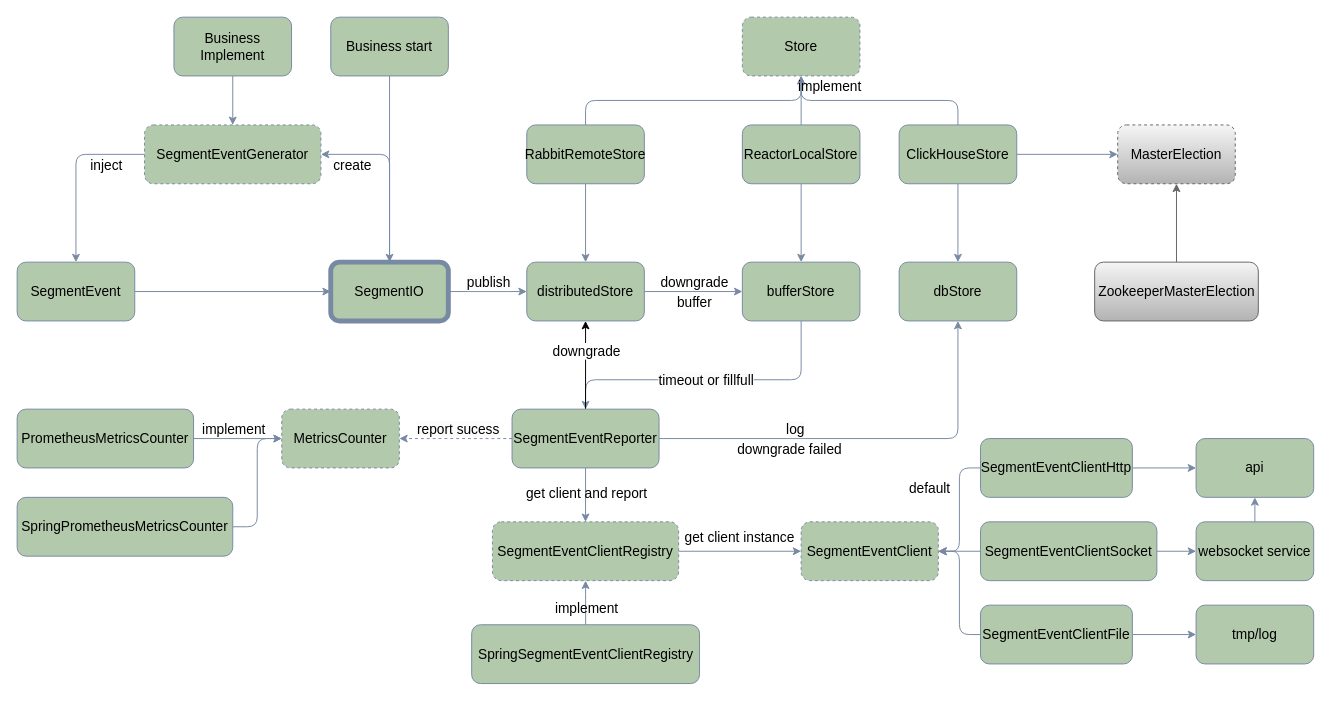
Above: assets/SegmentEvent-V2.drawio in sheldon-pacvue/segmenet-event (draw.io), before the change. Source tidied: cells renumbered, new cells numbered last; positions are measured from the earlier drawing's top-left corner, leaving out a move shared by most shapes. Both pictures are drawn from the tidied source at 98%, with x=0, y=0 at pixel (17, 17).
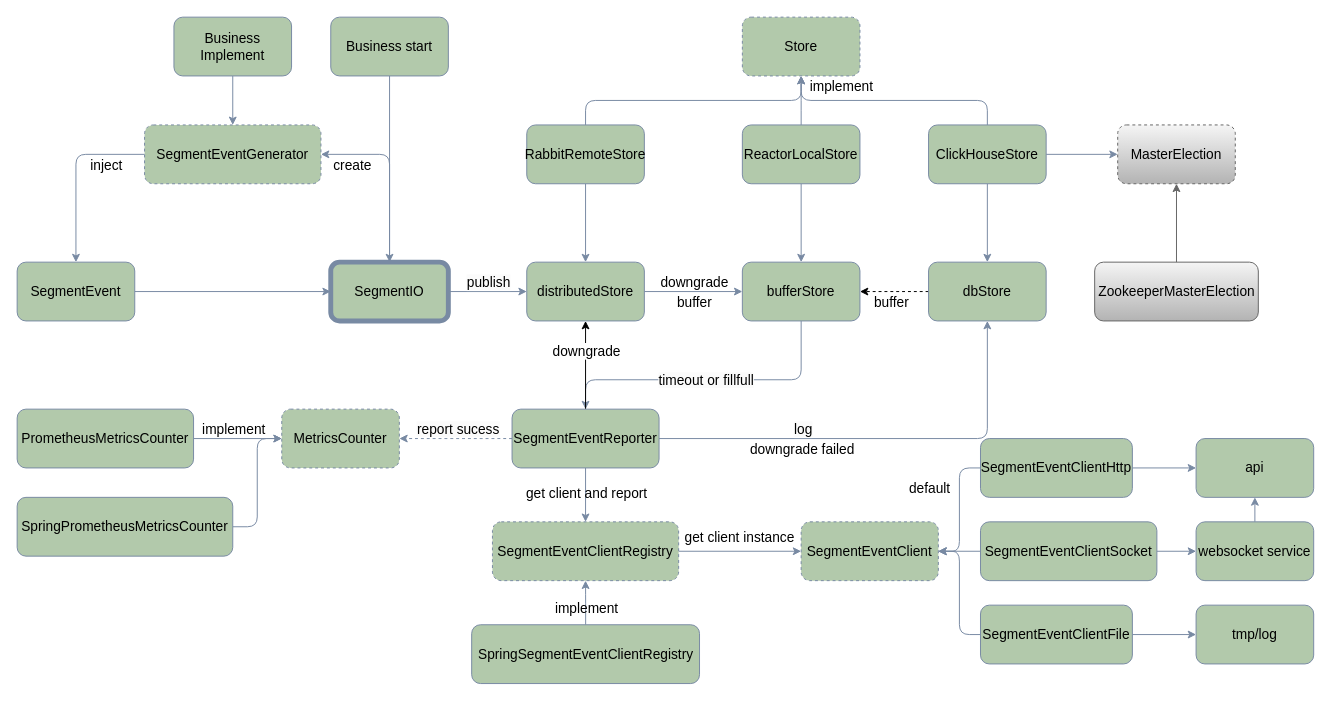
The same page after the edit.

The change refers to these unchanged cells:
```xml
<mxCell id="33" value="bufferStore" style="rounded=1;whiteSpace=wrap;html=1;strokeColor=#788AA3;fillColor=#B2C9AB;labelBackgroundColor=none;fontSize=14;fontColor=#000000;" parent="1" vertex="1">
  <mxGeometry x="740" y="250" width="120" height="60" as="geometry" />
</mxCell>
```

Change to the diagram source:
```diff
@@
     <mxCell id="69" value="ClickHouseStore" style="rounded=1;whiteSpace=wrap;html=1;strokeColor=#788AA3;fillColor=#B2C9AB;labelBackgroundColor=none;fontSize=14;fontColor=#000000;" parent="1" vertex="1">
-      <mxGeometry x="900" y="110" width="120" height="60" as="geometry" />
+      <mxGeometry x="930" y="110" width="120" height="60" as="geometry" />
     </mxCell>
+    <mxCell id="76" style="edgeStyle=orthogonalEdgeStyle;rounded=0;jettySize=auto;html=1;exitX=0;exitY=0.5;exitDx=0;exitDy=0;entryX=1;entryY=0.5;entryDx=0;entryDy=0;dashed=1;" parent="1" edge="1" source="70" target="33">
+      <mxGeometry relative="1" as="geometry" />
+    </mxCell>
+    <mxCell id="77" value="buffer" style="edgeLabel;html=1;align=center;verticalAlign=middle;fontSize=14;" parent="76" vertex="1">
+      <mxGeometry x="0.12" relative="1" as="geometry">
+        <mxPoint y="10" as="offset" />
+      </mxGeometry>
+    </mxCell>
     <mxCell id="70" value="dbStore" style="rounded=1;whiteSpace=wrap;html=1;strokeColor=#788AA3;fillColor=#B2C9AB;labelBackgroundColor=none;fontSize=14;fontColor=#000000;" parent="1" vertex="1">
-      <mxGeometry x="900" y="250" width="120" height="60" as="geometry" />
+      <mxGeometry x="930" y="250" width="120" height="60" as="geometry" />
     </mxCell>
```
